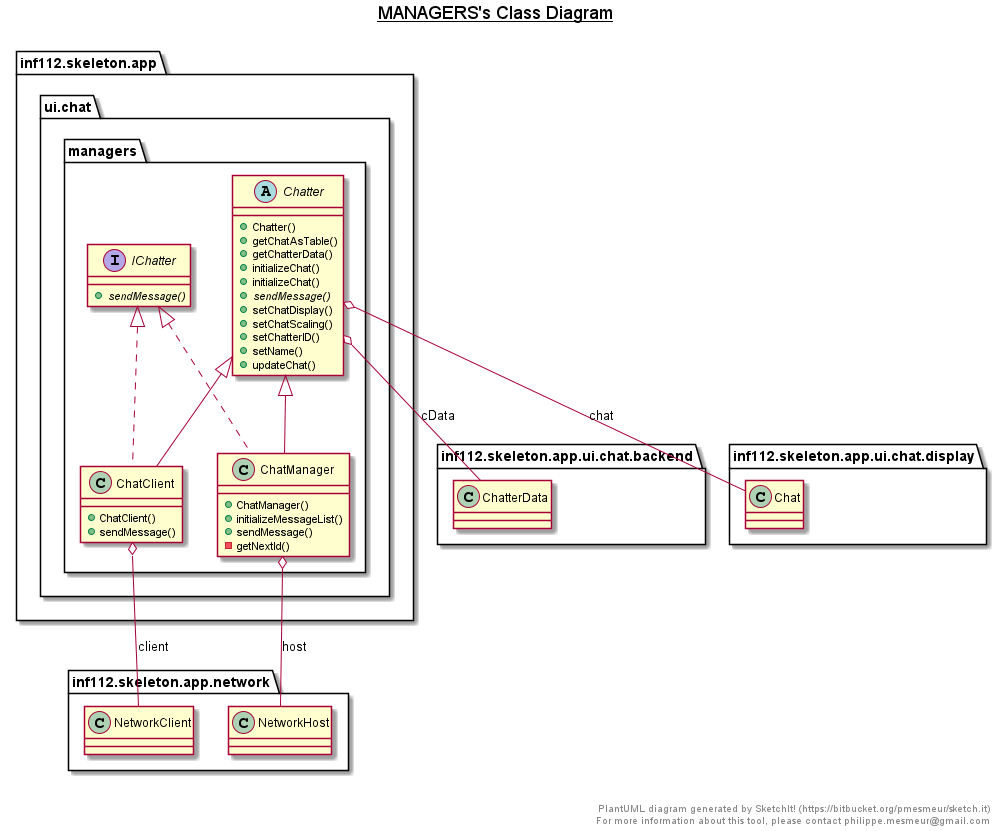
Before: Structure/Class diagrams/chatmanagers.png, a diagram exported from PlantUML (inf112-v21/Snokarane).
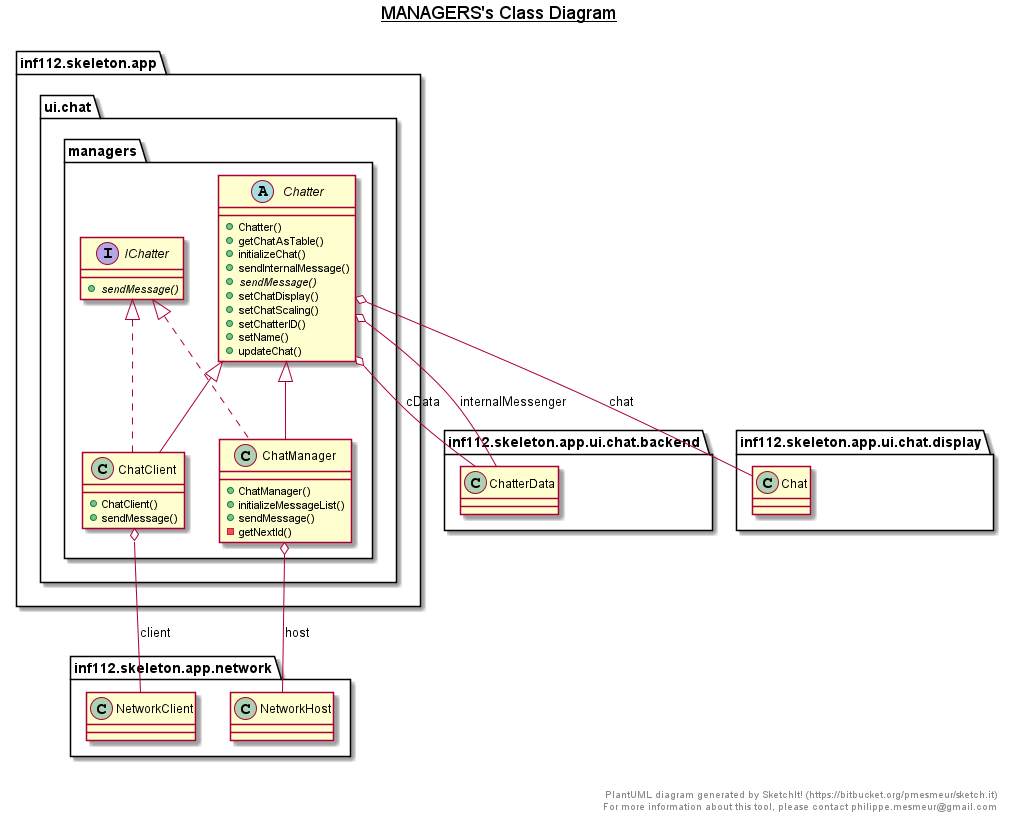
After the commit.

The edit, as a diff of the source:
```diff
@@ -34,9 +34,8 @@
         abstract class inf112.skeleton.app.ui.chat.managers.Chatter {
             + Chatter()
             + getChatAsTable()
-            + getChatterData()
             + initializeChat()
-            + initializeChat()
+            + sendInternalMessage()
             {abstract} + sendMessage()
             + setChatDisplay()
             + setChatScaling()
@@ -68,6 +67,7 @@
   inf112.skeleton.app.ui.chat.managers.ChatManager o-- inf112.skeleton.app.network.NetworkHost : host
   inf112.skeleton.app.ui.chat.managers.Chatter o-- inf112.skeleton.app.ui.chat.backend.ChatterData : cData
   inf112.skeleton.app.ui.chat.managers.Chatter o-- inf112.skeleton.app.ui.chat.display.Chat : chat
+  inf112.skeleton.app.ui.chat.managers.Chatter o-- inf112.skeleton.app.ui.chat.backend.ChatterData : internalMessenger
 
 
 right footer
```
